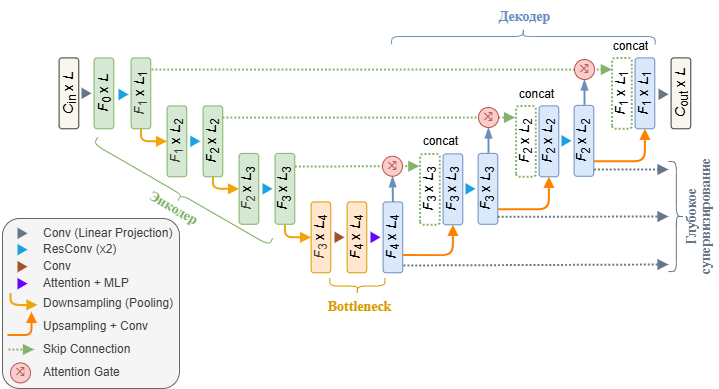
Earlier version of the draw.io export images/parametersEstimation/model_block_diagram.drawio.png (romangorbunov91/master-thesis-2026). Source tidied: cells renumbered, new cells last; positions are measured from the earlier drawing's top-left corner, leaving out a move shared by most shapes.
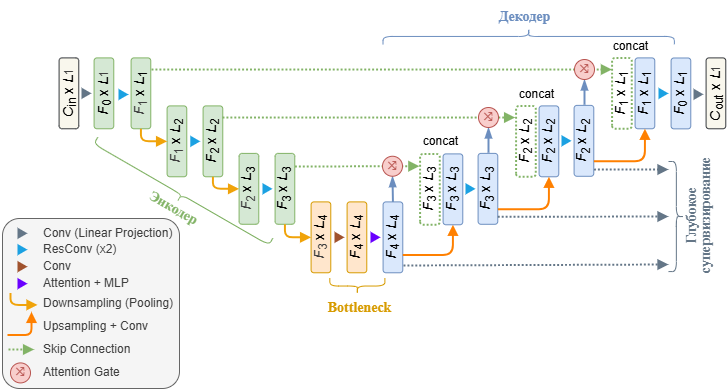
Above is the later version.

What changed in the source:
```diff
@@ -5,7 +5,7 @@
     <mxCell id="2" style="rounded=1;whiteSpace=wrap;html=1;fillColor=#f5f5f5;strokeColor=#666666;arcSize=10;fontColor=#333333;" parent="1" vertex="1">
       <mxGeometry y="314" width="177" height="170" as="geometry" />
     </mxCell>
-    <mxCell id="3" value="&lt;font style=&quot;font-size: 14px; line-height: 100%;&quot;&gt;&lt;i&gt;C&lt;/i&gt;&lt;sub style=&quot;line-height: 100%;&quot;&gt;in&lt;/sub&gt; x &lt;i&gt;L&lt;/i&gt;&lt;/font&gt;" style="rounded=1;whiteSpace=wrap;html=1;rotation=-90;fillColor=#f9f7ed;strokeColor=#36393d;glass=0;" parent="1" vertex="1">
+    <mxCell id="3" value="&lt;font style=&quot;font-size: 14px; line-height: 100%;&quot;&gt;&lt;i&gt;C&lt;/i&gt;&lt;sub style=&quot;line-height: 100%;&quot;&gt;in&lt;/sub&gt; x &lt;i&gt;L&lt;/i&gt;&lt;/font&gt;&lt;span style=&quot;color: rgb(63, 63, 63); font-size: 11.6667px;&quot;&gt;1&lt;/span&gt;" style="rounded=1;whiteSpace=wrap;html=1;rotation=-90;fillColor=#f9f7ed;strokeColor=#36393d;glass=0;" parent="1" vertex="1">
       <mxGeometry x="31" y="179" width="70.9" height="19.7" as="geometry" />
     </mxCell>
     <mxCell id="4" value="&lt;font style=&quot;font-size: 14px; line-height: 100%;&quot;&gt;&lt;i style=&quot;color: rgb(63, 63, 63); scrollbar-color: rgb(226, 226, 226) rgb(251, 251, 251);&quot;&gt;F&lt;/i&gt;&lt;sub style=&quot;color: rgb(63, 63, 63); scrollbar-color: rgb(226, 226, 226) rgb(251, 251, 251); line-height: 11.6667px;&quot;&gt;1&lt;/sub&gt;&amp;nbsp;x &lt;i&gt;L&lt;/i&gt;&lt;sub&gt;1&lt;/sub&gt;&lt;/font&gt;" style="rounded=1;whiteSpace=wrap;html=1;rotation=-90;fillColor=#d5e8d4;strokeColor=#82b366;" parent="1" vertex="1">
@@ -83,7 +83,7 @@
     <mxCell id="28" style="shape=curlyBracket;whiteSpace=wrap;html=1;rounded=1;flipH=1;labelPosition=right;verticalLabelPosition=middle;align=left;verticalAlign=middle;rotation=120;strokeColor=#82B366;" parent="1" vertex="1">
       <mxGeometry x="171" y="189" width="15.7" height="202.1" as="geometry" />
     </mxCell>
-    <mxCell id="29" value="&lt;font style=&quot;font-size: 14px; line-height: 100%;&quot;&gt;&lt;i&gt;F&lt;/i&gt;&lt;sub style=&quot;line-height: 100%;&quot;&gt;0&lt;/sub&gt;&amp;nbsp;x &lt;i&gt;L&lt;/i&gt;&lt;/font&gt;" style="rounded=1;whiteSpace=wrap;html=1;rotation=-90;fillColor=#d5e8d4;strokeColor=#82b366;" parent="1" vertex="1">
+    <mxCell id="29" value="&lt;font style=&quot;font-size: 14px; line-height: 100%;&quot;&gt;&lt;i&gt;F&lt;/i&gt;&lt;sub style=&quot;line-height: 100%;&quot;&gt;0&lt;/sub&gt;&amp;nbsp;x &lt;i&gt;L&lt;/i&gt;&lt;/font&gt;&lt;span style=&quot;color: rgb(63, 63, 63); font-size: 11.6667px;&quot;&gt;1&lt;/span&gt;" style="rounded=1;whiteSpace=wrap;html=1;rotation=-90;fillColor=#d5e8d4;strokeColor=#82b366;" parent="1" vertex="1">
       <mxGeometry x="66" y="179" width="70.9" height="19.7" as="geometry" />
     </mxCell>
     <mxCell id="30" value="&lt;span style=&quot;text-align: left; text-wrap-mode: wrap;&quot;&gt;&lt;font face=&quot;Times New Roman&quot; style=&quot;font-size: 14px; line-height: 100%; color: rgb(130, 179, 102);&quot;&gt;&lt;b style=&quot;&quot;&gt;Энкодер&lt;/b&gt;&lt;/font&gt;&lt;/span&gt;" style="text;html=1;align=center;verticalAlign=middle;strokeColor=none;fillColor=none;rotation=30;" parent="1" vertex="1">
@@ -142,16 +142,16 @@
       <mxGeometry relative="1" as="geometry" />
     </mxCell>
     <mxCell id="47" style="shape=curlyBracket;whiteSpace=wrap;html=1;rounded=1;flipH=1;labelPosition=right;verticalLabelPosition=middle;align=left;verticalAlign=middle;rotation=-90;strokeColor=#6C8EBF;" parent="1" vertex="1">
-      <mxGeometry x="513" y="0.2" width="15.7" height="263.6" as="geometry" />
+      <mxGeometry x="518.3" y="-13.7" width="15.7" height="291.4" as="geometry" />
     </mxCell>
     <mxCell id="48" value="&lt;div style=&quot;text-align: left;&quot;&gt;&lt;span style=&quot;background-color: transparent; font-size: 14px; text-wrap-mode: wrap;&quot;&gt;&lt;font face=&quot;Times New Roman&quot; style=&quot;color: rgb(108, 142, 191);&quot;&gt;&lt;b&gt;Декодер&lt;/b&gt;&lt;/font&gt;&lt;/span&gt;&lt;/div&gt;" style="text;html=1;align=center;verticalAlign=middle;strokeColor=none;fillColor=none;fontColor=#6C8EBF;" parent="1" vertex="1">
       <mxGeometry x="486" y="96" width="71" height="31" as="geometry" />
     </mxCell>
     <mxCell id="49" style="triangle;whiteSpace=wrap;html=1;fillColor=#647687;fontColor=#ffffff;strokeColor=none;" parent="1" vertex="1">
-      <mxGeometry x="656" y="184.1" width="10" height="11.5" as="geometry" />
+      <mxGeometry x="691" y="184.1" width="10" height="11.5" as="geometry" />
     </mxCell>
-    <mxCell id="50" value="&lt;font style=&quot;font-size: 14px; line-height: 100%;&quot;&gt;&lt;i&gt;C&lt;/i&gt;&lt;sub style=&quot;line-height: 100%;&quot;&gt;out&lt;/sub&gt;&amp;nbsp;x &lt;i&gt;L&lt;/i&gt;&lt;/font&gt;" style="rounded=1;whiteSpace=wrap;html=1;rotation=-90;fillColor=#f9f7ed;strokeColor=#36393d;glass=0;" parent="1" vertex="1">
-      <mxGeometry x="643" y="179" width="70.9" height="19.7" as="geometry" />
+    <mxCell id="50" value="&lt;font style=&quot;font-size: 14px; line-height: 100%;&quot;&gt;&lt;i&gt;C&lt;/i&gt;&lt;sub style=&quot;line-height: 100%;&quot;&gt;out&lt;/sub&gt;&amp;nbsp;x &lt;i&gt;L&lt;/i&gt;&lt;/font&gt;&lt;span style=&quot;color: rgb(63, 63, 63); font-size: 11.6667px;&quot;&gt;1&lt;/span&gt;" style="rounded=1;whiteSpace=wrap;html=1;rotation=-90;fillColor=#f9f7ed;strokeColor=#36393d;glass=0;" parent="1" vertex="1">
+      <mxGeometry x="678" y="179" width="70.9" height="19.7" as="geometry" />
     </mxCell>
     <mxCell id="51" style="triangle;whiteSpace=wrap;html=1;fillColor=#647687;fontColor=#ffffff;strokeColor=none;" parent="1" vertex="1">
       <mxGeometry x="15" y="323.1" width="10" height="11.5" as="geometry" />
@@ -251,5 +251,11 @@
     <mxCell id="75" value="&lt;div style=&quot;line-height: 90%;&quot;&gt;&lt;span style=&quot;background-color: transparent; font-size: 14px; text-wrap-mode: wrap; line-height: 90%;&quot;&gt;&lt;font face=&quot;Times New Roman&quot; style=&quot;color: rgb(100, 118, 135);&quot;&gt;&lt;b&gt;Глубокое&lt;/b&gt;&lt;/font&gt;&lt;/span&gt;&lt;/div&gt;&lt;div style=&quot;line-height: 90%;&quot;&gt;&lt;span style=&quot;background-color: transparent; font-size: 14px; text-wrap-mode: wrap; line-height: 90%;&quot;&gt;&lt;font face=&quot;Times New Roman&quot; style=&quot;color: rgb(100, 118, 135);&quot;&gt;&lt;b&gt;супервизирование&lt;/b&gt;&lt;/font&gt;&lt;/span&gt;&lt;/div&gt;" style="text;html=1;align=center;verticalAlign=middle;strokeColor=none;fillColor=none;rotation=-90;" parent="1" vertex="1">
       <mxGeometry x="628" y="291.7" width="135" height="40" as="geometry" />
     </mxCell>
+    <mxCell id="76" style="triangle;whiteSpace=wrap;html=1;fillColor=#1ba1e2;fontColor=#ffffff;strokeColor=none;" parent="1" vertex="1">
+      <mxGeometry x="656" y="183.2" width="10" height="11.5" as="geometry" />
+    </mxCell>
+    <mxCell id="77" value="&lt;font style=&quot;font-size: 14px; line-height: 100%;&quot;&gt;&lt;i&gt;F&lt;/i&gt;&lt;sub style=&quot;line-height: 100%;&quot;&gt;0&lt;/sub&gt;&amp;nbsp;x &lt;i&gt;L&lt;/i&gt;&lt;sub&gt;1&lt;/sub&gt;&lt;/font&gt;" style="rounded=1;whiteSpace=wrap;html=1;rotation=-90;fillColor=#dae8fc;strokeColor=#6c8ebf;" parent="1" vertex="1">
+      <mxGeometry x="643" y="179.1" width="70.9" height="19.7" as="geometry" />
+    </mxCell>
   </root>
 </mxGraphModel>
```
